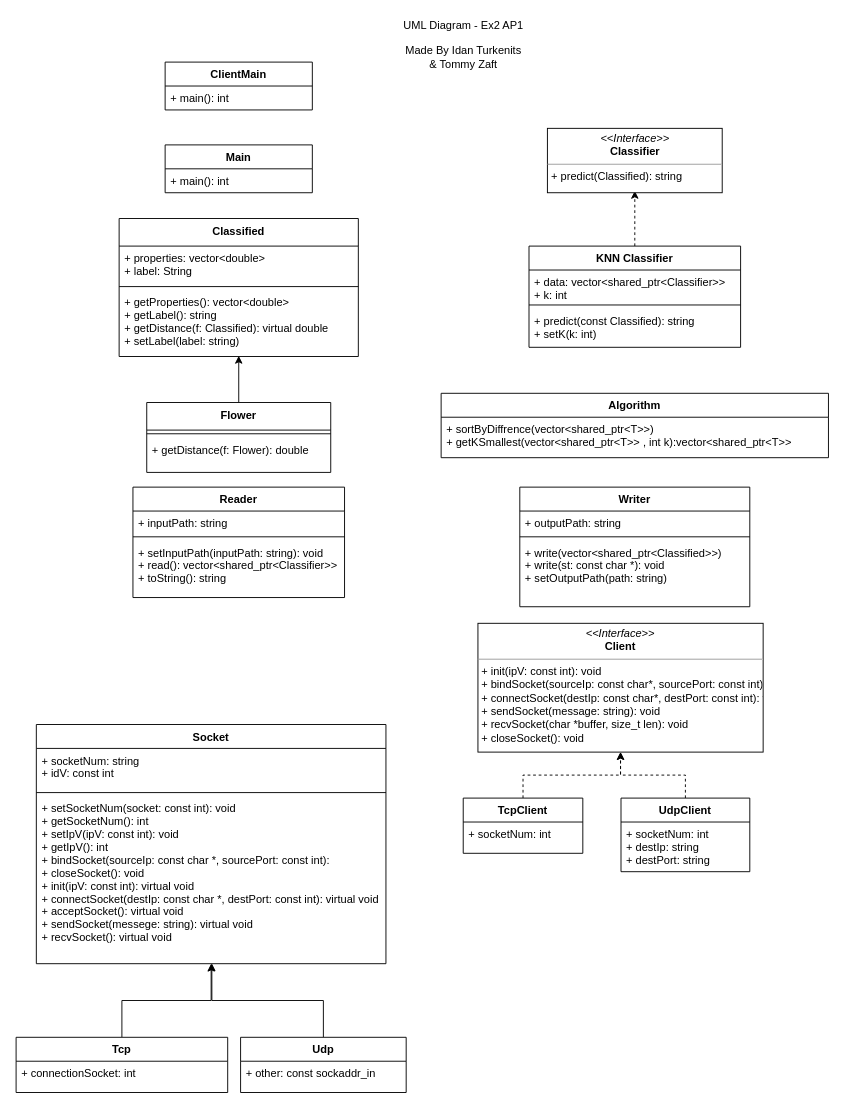
Earlier version of the draw.io diagram uml.drawio (Tom-stack3/AP1-ex3). Source tidied: cells renumbered, new cells numbered last; positions are measured from the earlier drawing's top-left corner, leaving out a move shared by most shapes. Both pictures are drawn from the tidied source at 92%, with x=0, y=0 at pixel (16, 16).
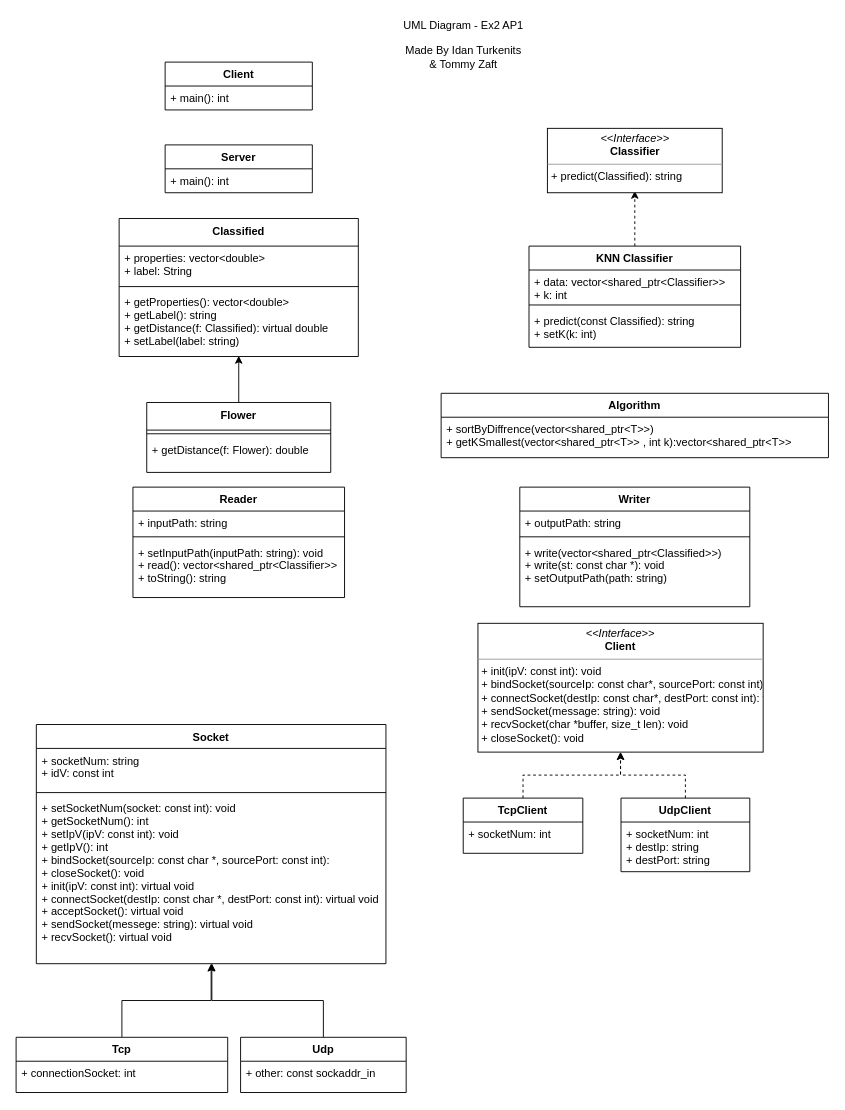
The same page after the edit.

Commit message:
Merge branch 'develop' of https://github.com/Tom-stack3/AP1-ex2 into develop

The edit, as a diff of the source:
```diff
@@
-    <mxCell id="16" value="Main" style="swimlane;fontStyle=1;align=center;verticalAlign=top;horizontal=1;startSize=26;" parent="1" vertex="1">
+    <mxCell id="16" value="Server" style="swimlane;fontStyle=1;align=center;verticalAlign=top;horizontal=1;startSize=26;" parent="1" vertex="1">
       <mxGeometry x="162" y="140" width="160" height="52" as="geometry" />
     </mxCell>
@@
-    <mxCell id="47" value="ClientMain" style="swimlane;fontStyle=1;align=center;verticalAlign=top;horizontal=1;startSize=26;" parent="1" vertex="1">
+    <mxCell id="47" value="Client" style="swimlane;fontStyle=1;align=center;verticalAlign=top;horizontal=1;startSize=26;" parent="1" vertex="1">
       <mxGeometry x="162" y="50" width="160" height="52" as="geometry" />
     </mxCell>
```
